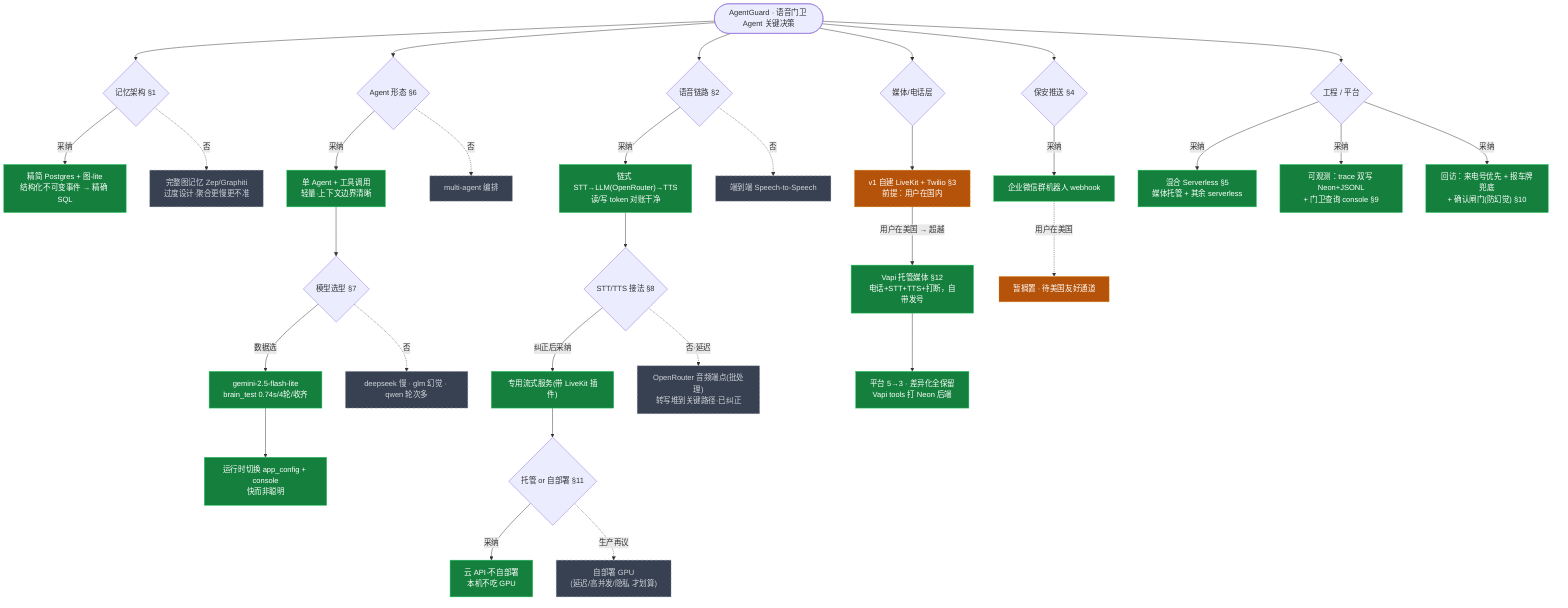
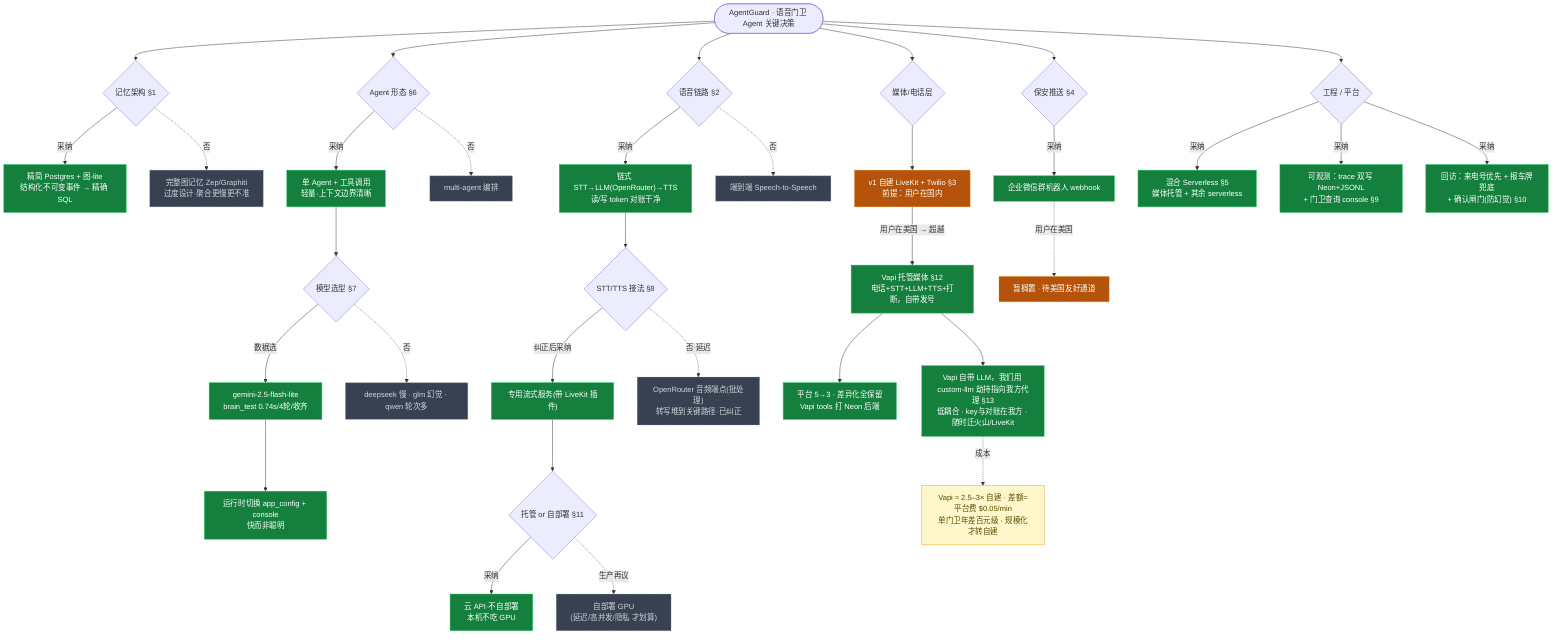
%% AgentGuard 关键决策树
%% 纪律：每做一个决策点 → 这里加节点 + docs/HANDOFF.md 追加对应 ADR(§N)，两者同步。
%% 图例：绿=采纳 / 灰虚线=否决 / 橙虚线=已被超越(演进)
%% 渲染：mermaid.live 或 VS Code Mermaid 插件
flowchart TD
    ROOT(["AgentGuard · 语音门卫 Agent 关键决策"])

    %% ---- 记忆 ----
    ROOT --> M{"记忆架构 §1"}
    M -->|采纳| M1["精简 Postgres + 图-lite<br/>结构化不可变事件 → 精确 SQL"]:::pick
    M -.否.-> M2["完整图记忆 Zep/Graphiti<br/>过度设计·聚合更慢更不准"]:::drop

    %% ---- 大脑 ----
    ROOT --> B{"Agent 形态 §6"}
    B -->|采纳| B1["单 Agent + 工具调用<br/>轻量·上下文边界清晰"]:::pick
    B -.否.-> B2["multi-agent 编排"]:::drop
    B1 --> B3{"模型选型 §7"}
    B3 -->|数据选| B3a["gemini-2.5-flash-lite<br/>brain_test 0.74s/4轮/收齐"]:::pick
    B3 -.否.-> B3b["deepseek 慢 · glm 幻觉 · qwen 轮次多"]:::drop
    B3a --> B4["运行时切换 app_config + console<br/>快而非聪明"]:::pick

    %% ---- 语音处理 ----
    ROOT --> V{"语音链路 §2"}
    V -->|采纳| V1["链式 STT→LLM(OpenRouter)→TTS<br/>读/写 token 对账干净"]:::pick
    V -.否.-> V2["端到端 Speech-to-Speech"]:::drop
    V1 --> V3{"STT/TTS 接法 §8"}
    V3 -->|纠正后采纳| V3a["专用流式服务(带 LiveKit 插件)"]:::pick
    V3 -.否·延迟.-> V3b["OpenRouter 音频端点(批处理)<br/>转写堆到关键路径·已纠正"]:::drop
    V3a --> V4{"托管 or 自部署 §11"}
    V4 -->|采纳| V4a["云 API·不自部署<br/>本机不吃 GPU"]:::pick
    V4 -.生产再议.-> V4b["自部署 GPU<br/>(延迟/高并发/隐私 才划算)"]:::drop

    %% ---- 媒体/电话（演进）----
    ROOT --> P{"媒体/电话层"}
    P --> P1["v1 自建 LiveKit + Twilio §3<br/>前提：用户在国内"]:::super
-     P1 -->|"用户在美国 → 超越"| P2["Vapi 托管媒体 §12<br/>电话+STT+TTS+打断，自带发号"]:::pick
+     P1 -->|"用户在美国 → 超越"| P2["Vapi 托管媒体 §12<br/>电话+STT+LLM+TTS+打断，自带发号"]:::pick
    P2 --> P3["平台 5→3 · 差异化全保留<br/>Vapi tools 打 Neon 后端"]:::pick
+     P2 --> P4["Vapi 自带 LLM，我们用 custom-llm 劫持指向我方代理 §13<br/>低耦合 · key与对账在我方 · 随时迁火山/LiveKit"]:::pick
+     P4 -.成本.-> P5["Vapi ≈ 2.5–3× 自建 · 差额=平台费 $0.05/min<br/>单门卫年差百元级 · 规模化才转自建"]:::note

    %% ---- 保安推送 ----
    ROOT --> W{"保安推送 §4"}
    W -->|采纳| W1["企业微信群机器人 webhook"]:::pick
    W1 -.->|"用户在美国"| W2["暂搁置 · 待美国友好通道"]:::super

    %% ---- 工程/平台 ----
    ROOT --> E{"工程 / 平台"}
    E -->|采纳| E1["混合 Serverless §5<br/>媒体托管 + 其余 serverless"]:::pick
    E -->|采纳| E2["可观测：trace 双写 Neon+JSONL<br/>+ 门卫查询 console §9"]:::pick
    E -->|采纳| E3["回访：来电号优先 + 报车牌兜底<br/>+ 确认闸门(防幻觉) §10"]:::pick

    classDef pick fill:#15803d,stroke:#22c55e,color:#ffffff
    classDef drop fill:#374151,stroke:#9ca3af,color:#d1d5db,stroke-dasharray:5
    classDef super fill:#b45309,stroke:#f59e0b,color:#ffffff,stroke-dasharray:5
+     classDef note fill:#fff7cc,stroke:#e8a302,color:#5a4a00
+ 
+ %% ===================== 成本表（决策12/§13 依据）=====================
+ %% 同用便宜 provider，全算下来：自建 ~$0.03/min vs Vapi ~$0.08/min，差额=Vapi 平台费 $0.05/min。
+ %% 按每通 30 秒（15 秒则各项减半）：
+ %%   车流/天 | 自建/年 | Vapi/年 | 差额/月 | 差额/年
+ %%      20   |  $110   |  $292   |  $15    |  $182
+ %%      50   |  $274   |  $730   |  $38    |  $456
+ %%     100   |  $548   | $1460   |  $75    |  $912
+ %%     200   | $1095   | $2920   | $150    | $1825
+ %% 结论：单门卫量级绝对差额百元级（不大），仅百分比(~2.6×)看着高；规模化才是转自建的触发阈值。
+ %% ==================================================================
